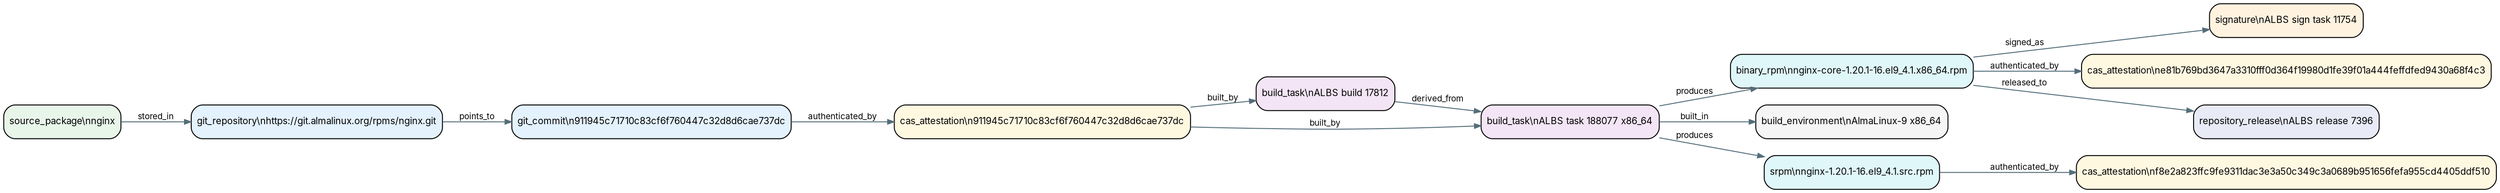
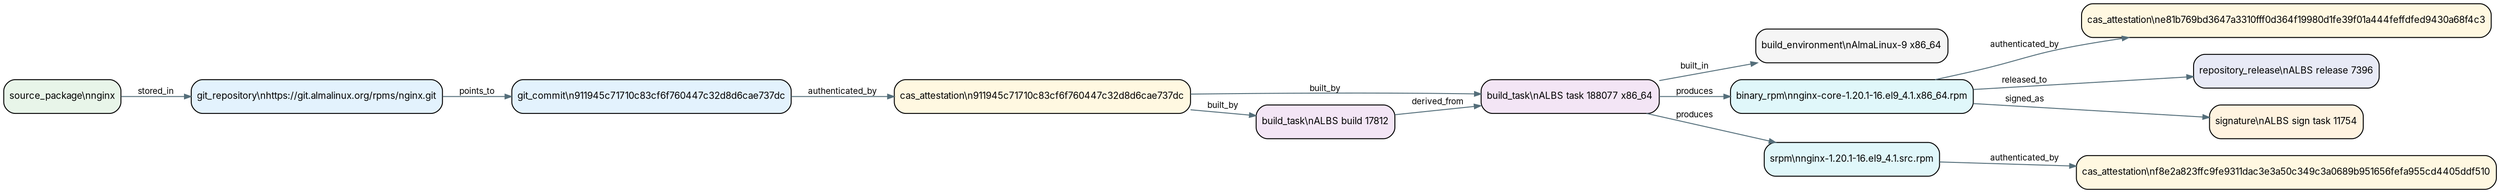
digraph albs_provenance {
  graph [rankdir=LR, bgcolor="white", fontname="Inter"];
  node [shape=box, style="rounded,filled", fontname="Inter", fontsize=10, margin="0.08,0.06"];
  edge [fontname="Inter", fontsize=9, color="#546E7A", arrowsize=0.7];
-   "src:nginx" [label="source_package\\nnginx", fillcolor="#E8F5E9"];
+   "build:albs-task:188077" [label="build_task\\nALBS task 188077 x86_64", fillcolor="#F3E5F5"];
+   "build:albs:17812" [label="build_task\\nALBS build 17812", fillcolor="#F3E5F5"];
+   "buildenv:AlmaLinux-9:x86_64" [label="build_environment\\nAlmaLinux-9 x86_64", fillcolor="#F5F5F5"];
+   "cas:artifact:e81b769bd3647a3310fff0d364f19980d1fe39f01a444feffdfed9430a68f4c3" [label="cas_attestation\\ne81b769bd3647a3310fff0d364f19980d1fe39f01a444feffdfed9430a68f4c3", fillcolor="#FFF8E1"];
+   "cas:artifact:f8e2a823ffc9fe9311dac3e3a50c349c3a0689b951656fefa955cd4405ddf510" [label="cas_attestation\\nf8e2a823ffc9fe9311dac3e3a50c349c3a0689b951656fefa955cd4405ddf510", fillcolor="#FFF8E1"];
  "cas:source:nginx:911945c71710c83cf6f760447c32d8d6cae737dc" [label="cas_attestation\\n911945c71710c83cf6f760447c32d8d6cae737dc", fillcolor="#FFF8E1"];
+   "commit:nginx:911945c71710c83cf6f760447c32d8d6cae737dc" [label="git_commit\\n911945c71710c83cf6f760447c32d8d6cae737dc", fillcolor="#E3F2FD"];
+   "git:https://git.almalinux.org/rpms/nginx.git" [label="git_repository\\nhttps://git.almalinux.org/rpms/nginx.git", fillcolor="#E3F2FD"];
+   "repo-release:ALBS release 7396" [label="repository_release\\nALBS release 7396", fillcolor="#E8EAF6"];
  "rpm:3237140:nginx-core-1.20.1-16.el9_4.1.x86_64.rpm" [label="binary_rpm\\nnginx-core-1.20.1-16.el9_4.1.x86_64.rpm", fillcolor="#E0F7FA"];
  "sig:albs:11754" [label="signature\\nALBS sign task 11754", fillcolor="#FFF3E0"];
-   "build:albs:17812" [label="build_task\\nALBS build 17812", fillcolor="#F3E5F5"];
-   "commit:nginx:911945c71710c83cf6f760447c32d8d6cae737dc" [label="git_commit\\n911945c71710c83cf6f760447c32d8d6cae737dc", fillcolor="#E3F2FD"];
-   "cas:artifact:e81b769bd3647a3310fff0d364f19980d1fe39f01a444feffdfed9430a68f4c3" [label="cas_attestation\\ne81b769bd3647a3310fff0d364f19980d1fe39f01a444feffdfed9430a68f4c3", fillcolor="#FFF8E1"];
-   "build:albs-task:188077" [label="build_task\\nALBS task 188077 x86_64", fillcolor="#F3E5F5"];
-   "git:https://git.almalinux.org/rpms/nginx.git" [label="git_repository\\nhttps://git.almalinux.org/rpms/nginx.git", fillcolor="#E3F2FD"];
-   "cas:artifact:f8e2a823ffc9fe9311dac3e3a50c349c3a0689b951656fefa955cd4405ddf510" [label="cas_attestation\\nf8e2a823ffc9fe9311dac3e3a50c349c3a0689b951656fefa955cd4405ddf510", fillcolor="#FFF8E1"];
-   "buildenv:AlmaLinux-9:x86_64" [label="build_environment\\nAlmaLinux-9 x86_64", fillcolor="#F5F5F5"];
+   "src:nginx" [label="source_package\\nnginx", fillcolor="#E8F5E9"];
  "srpm:3237035:nginx-1.20.1-16.el9_4.1.src.rpm" [label="srpm\\nnginx-1.20.1-16.el9_4.1.src.rpm", fillcolor="#E0F7FA"];
-   "repo-release:ALBS release 7396" [label="repository_release\\nALBS release 7396", fillcolor="#E8EAF6"];
  "src:nginx" -> "git:https://git.almalinux.org/rpms/nginx.git" [label="stored_in"];
  "git:https://git.almalinux.org/rpms/nginx.git" -> "commit:nginx:911945c71710c83cf6f760447c32d8d6cae737dc" [label="points_to"];
  "commit:nginx:911945c71710c83cf6f760447c32d8d6cae737dc" -> "cas:source:nginx:911945c71710c83cf6f760447c32d8d6cae737dc" [label="authenticated_by"];
  "cas:source:nginx:911945c71710c83cf6f760447c32d8d6cae737dc" -> "build:albs:17812" [label="built_by"];
  "cas:source:nginx:911945c71710c83cf6f760447c32d8d6cae737dc" -> "build:albs-task:188077" [label="built_by"];
  "build:albs:17812" -> "build:albs-task:188077" [label="derived_from"];
  "build:albs-task:188077" -> "buildenv:AlmaLinux-9:x86_64" [label="built_in"];
  "build:albs-task:188077" -> "srpm:3237035:nginx-1.20.1-16.el9_4.1.src.rpm" [label="produces"];
  "srpm:3237035:nginx-1.20.1-16.el9_4.1.src.rpm" -> "cas:artifact:f8e2a823ffc9fe9311dac3e3a50c349c3a0689b951656fefa955cd4405ddf510" [label="authenticated_by"];
  "build:albs-task:188077" -> "rpm:3237140:nginx-core-1.20.1-16.el9_4.1.x86_64.rpm" [label="produces"];
  "rpm:3237140:nginx-core-1.20.1-16.el9_4.1.x86_64.rpm" -> "cas:artifact:e81b769bd3647a3310fff0d364f19980d1fe39f01a444feffdfed9430a68f4c3" [label="authenticated_by"];
  "rpm:3237140:nginx-core-1.20.1-16.el9_4.1.x86_64.rpm" -> "repo-release:ALBS release 7396" [label="released_to"];
  "rpm:3237140:nginx-core-1.20.1-16.el9_4.1.x86_64.rpm" -> "sig:albs:11754" [label="signed_as"];
}
